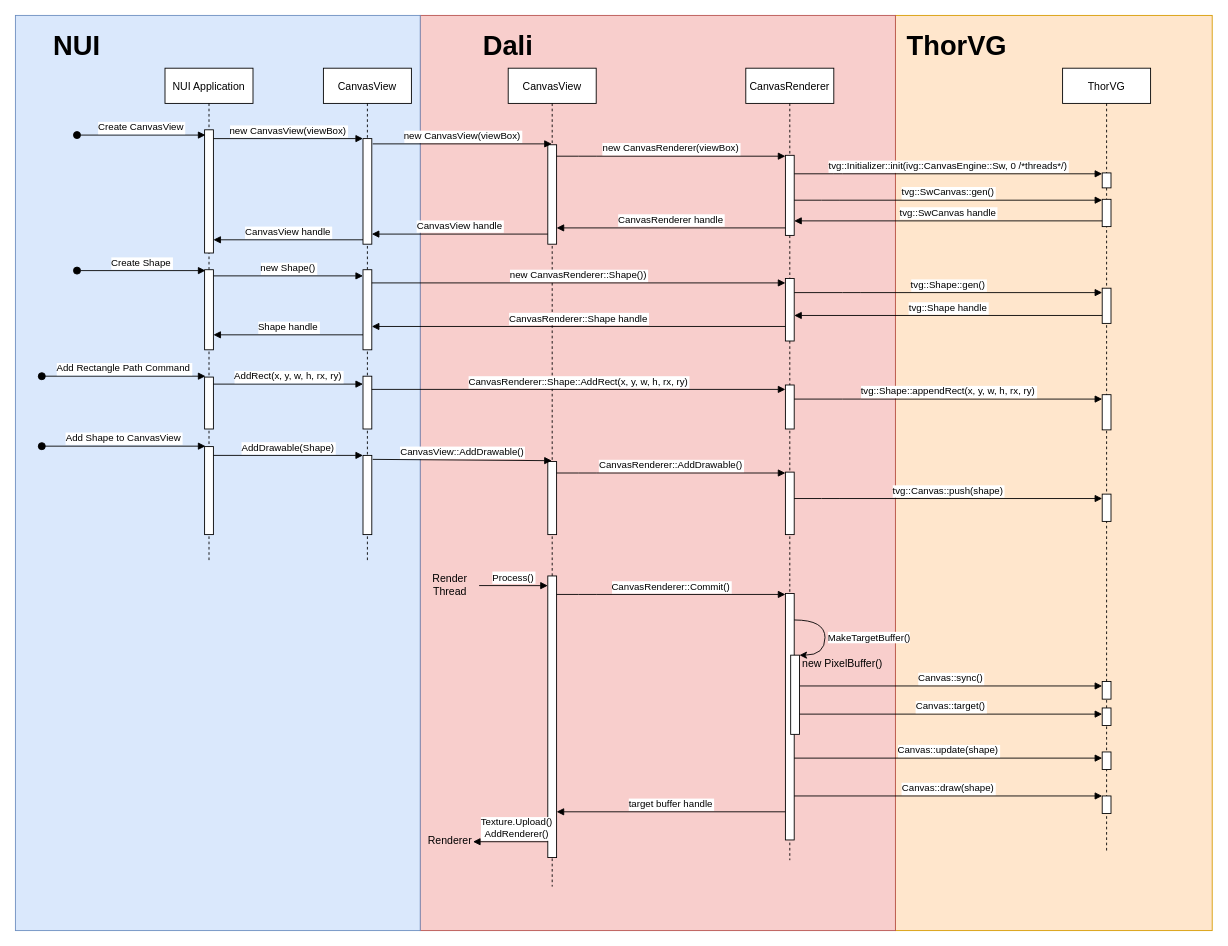
The draw.io diagram canvasview_sequence.drawio in JSUYA/jsuya.github.io, before the edit. Source tidied: cells renumbered, new cells numbered last; positions are measured from the earlier drawing's top-left corner, leaving out a move shared by most shapes. Both pictures are drawn from the tidied source at 88%, with x=0, y=0 at pixel (15, 15).
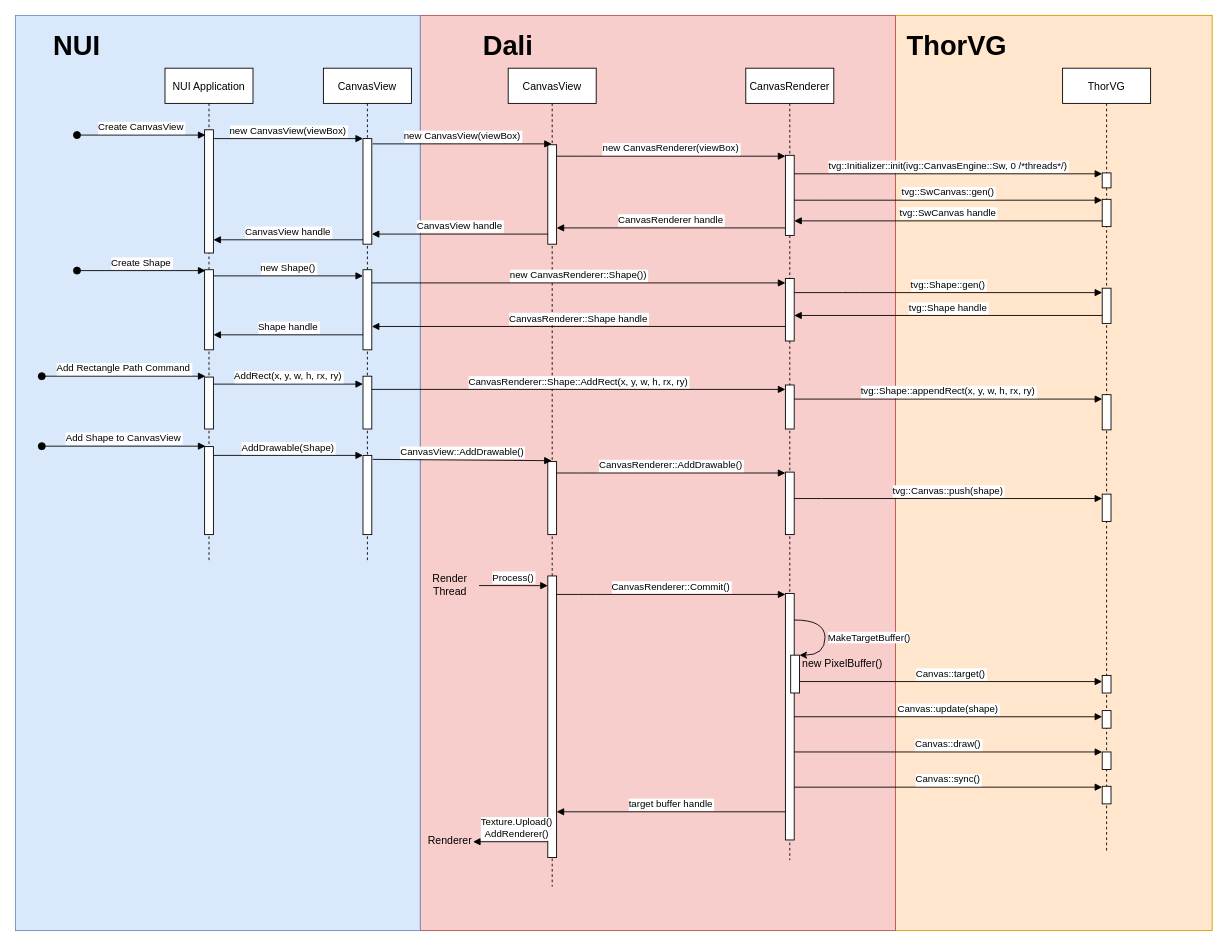
The same page after the edit.

Unchanged cells that the change refers to:
```xml
<mxCell id="22" value="ThorVG" style="shape=umlLifeline;perimeter=lifelinePerimeter;rounded=0;shadow=0;strokeWidth=1;" parent="1" vertex="1">
  <mxGeometry x="1190" y="60" width="100" height="890" as="geometry" />
</mxCell>
<mxCell id="58" style="points=[];perimeter=orthogonalPerimeter;rounded=0;shadow=0;strokeWidth=1;" parent="1" vertex="1">
  <mxGeometry x="875" y="657" width="10" height="280" as="geometry" />
</mxCell>
```

What changed in the source:
```diff
@@
     <mxCell id="25" style="perimeter=orthogonalPerimeter;rounded=0;shadow=0;strokeWidth=1;" parent="22" vertex="1">
-      <mxGeometry x="45" y="697" width="10" height="20" as="geometry" />
+      <mxGeometry x="45" y="816" width="10" height="20" as="geometry" />
     </mxCell>
     <mxCell id="26" style="perimeter=orthogonalPerimeter;rounded=0;shadow=0;strokeWidth=1;" parent="22" vertex="1">
-      <mxGeometry x="45" y="727" width="10" height="20" as="geometry" />
+      <mxGeometry x="45" y="690" width="10" height="20" as="geometry" />
     </mxCell>
     <mxCell id="27" style="perimeter=orthogonalPerimeter;rounded=0;shadow=0;strokeWidth=1;" parent="22" vertex="1">
-      <mxGeometry x="45" y="827" width="10" height="20" as="geometry" />
+      <mxGeometry x="45" y="777" width="10" height="20" as="geometry" />
     </mxCell>
@@
-    <mxCell id="62" value="Canvas::sync()" style="verticalAlign=bottom;endArrow=block;shadow=0;strokeWidth=1;" parent="1" edge="1">
+    <mxCell id="62" value="Canvas::sync()" style="verticalAlign=bottom;endArrow=block;shadow=0;strokeWidth=1;" parent="1" edge="1" source="58">
       <mxGeometry relative="1" as="geometry">
-        <mxPoint x="891" y="762" as="sourcePoint" />
-        <mxPoint x="1235" y="762" as="targetPoint" />
+        <mxPoint x="1235" y="877" as="targetPoint" />
       </mxGeometry>
     </mxCell>
     <mxCell id="63" style="points=[];perimeter=orthogonalPerimeter;rounded=0;shadow=0;strokeWidth=1;" parent="1" vertex="1">
-      <mxGeometry x="881" y="727" width="10" height="90" as="geometry" />
+      <mxGeometry x="881" y="727" width="10" height="43" as="geometry" />
     </mxCell>
@@
     <mxCell id="65" value="Canvas::target()" style="verticalAlign=bottom;endArrow=block;shadow=0;strokeWidth=1;" parent="1" edge="1">
       <mxGeometry relative="1" as="geometry">
-        <mxPoint x="891" y="794" as="sourcePoint" />
-        <mxPoint x="1235" y="794" as="targetPoint" />
+        <mxPoint x="891" y="757" as="sourcePoint" />
+        <mxPoint x="1235" y="757" as="targetPoint" />
       </mxGeometry>
     </mxCell>
@@
     <mxCell id="67" style="perimeter=orthogonalPerimeter;rounded=0;shadow=0;strokeWidth=1;" parent="1" vertex="1">
-      <mxGeometry x="1235" y="837" width="10" height="20" as="geometry" />
+      <mxGeometry x="1235" y="790" width="10" height="20" as="geometry" />
     </mxCell>
-    <mxCell id="68" value="Canvas::update(shape)" style="verticalAlign=bottom;endArrow=block;shadow=0;strokeWidth=1;" parent="1" edge="1" source="58">
+    <mxCell id="68" value="Canvas::update(shape)" style="verticalAlign=bottom;endArrow=block;shadow=0;strokeWidth=1;" parent="1" edge="1">
       <mxGeometry relative="1" as="geometry">
-        <mxPoint x="1235" y="844" as="targetPoint" />
+        <mxPoint x="885" y="797" as="sourcePoint" />
+        <mxPoint x="1235" y="797" as="targetPoint" />
       </mxGeometry>
     </mxCell>
-    <mxCell id="69" value="Canvas::draw(shape)" style="verticalAlign=bottom;endArrow=block;shadow=0;strokeWidth=1;" parent="1" edge="1">
+    <mxCell id="69" value="Canvas::draw()" style="verticalAlign=bottom;endArrow=block;shadow=0;strokeWidth=1;" parent="1" edge="1">
       <mxGeometry relative="1" as="geometry">
-        <mxPoint x="885" y="887" as="sourcePoint" />
-        <mxPoint x="1235" y="887" as="targetPoint" />
+        <mxPoint x="885" y="837" as="sourcePoint" />
+        <mxPoint x="1235" y="837" as="targetPoint" />
       </mxGeometry>
     </mxCell>
```
